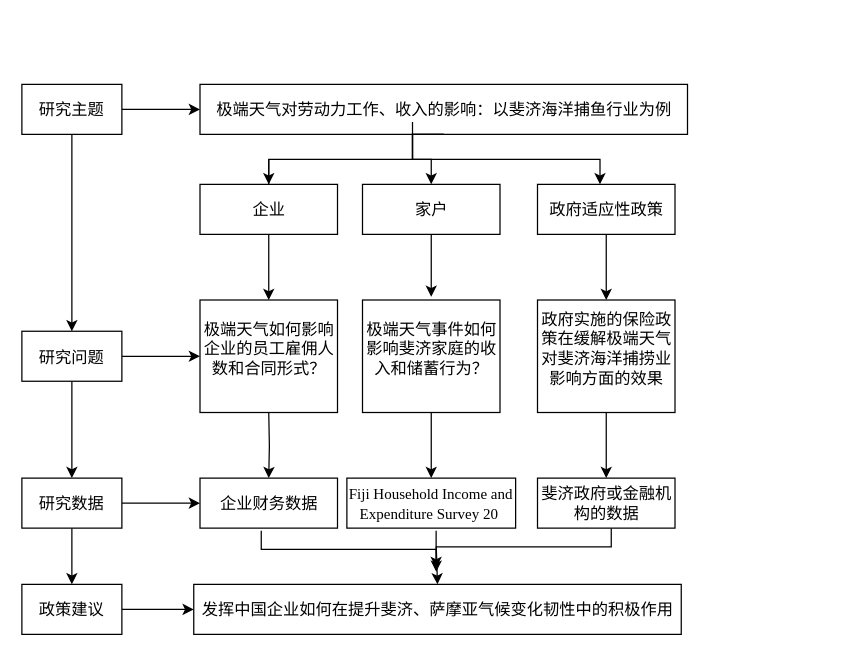
BWaaaa/AdvancedDID keeps this draw.io diagram as new.drawio. Above is the earlier version. Source tidied: cells renumbered, new cells numbered last; positions are measured from the earlier drawing's top-left corner, leaving out a move shared by most shapes. Both pictures are drawn from the tidied source at 125%, with x=0, y=0 at pixel (21, 84).
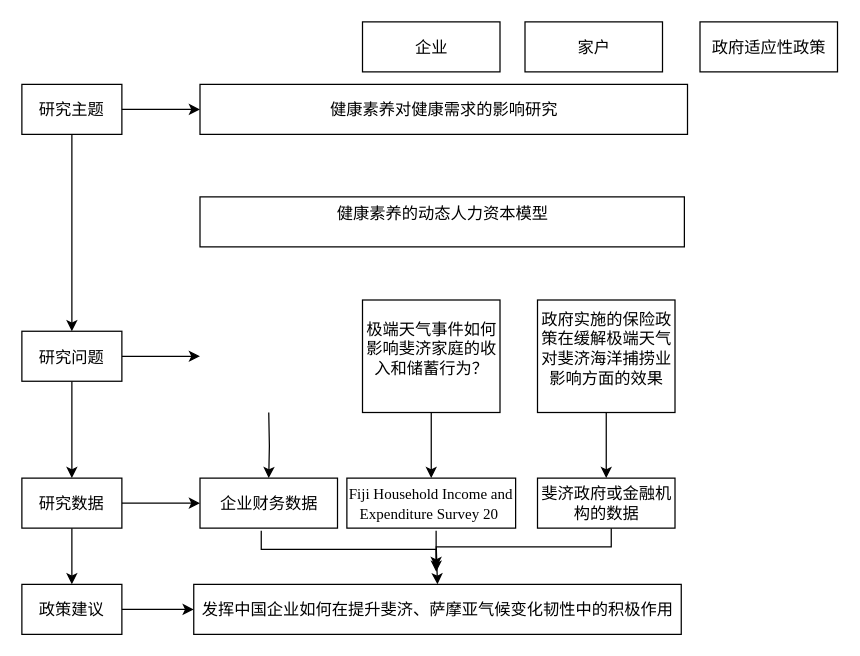
After the change.

The change refers to these unchanged cells:
```xml
<mxCell id="14" value="政府实施的保险政策在缓解极端天气对斐济海洋捕捞业影响方面的效果&lt;br style=&quot;font-size: 13px;&quot;&gt;&lt;p class=&quot;MsoListParagraph&quot; style=&quot;margin-top: 0cm; margin-right: 0cm; margin-left: 22pt; line-height: 150%; font-size: 13px;&quot;&gt;&lt;span lang=&quot;EN-US&quot; style=&quot;font-size: 13px;&quot;&gt;&lt;/span&gt;&lt;/p&gt;" style="rounded=0;whiteSpace=wrap;html=1;align=center;fontFamily=宋体;fontSize=13;" parent="1" vertex="1">
  <mxGeometry x="412.5" y="172.5" width="110" height="90" as="geometry" />
</mxCell>
```

The edit, as a diff of the source:
```diff
@@
-    <mxCell id="2" value="&lt;div&gt;极端天气对劳动力工作、收入的影响：以斐济海洋捕鱼行业为例&lt;/div&gt;" style="rounded=0;whiteSpace=wrap;html=1;fontFamily=宋体;fontSize=13;" parent="1" vertex="1">
+    <mxCell id="2" value="&lt;div&gt;健康素养对健康需求的影响研究&lt;/div&gt;" style="rounded=0;whiteSpace=wrap;html=1;fontFamily=宋体;fontSize=13;" parent="1" vertex="1">
       <mxGeometry x="142.5" width="390" height="40" as="geometry" />
     </mxCell>
-    <mxCell id="3" style="edgeStyle=orthogonalEdgeStyle;rounded=0;jettySize=auto;html=1;" parent="1" edge="1" source="4" target="14">
-      <mxGeometry relative="1" as="geometry" />
-    </mxCell>
     <mxCell id="4" value="政府适应性政策" style="rounded=0;whiteSpace=wrap;html=1;fontFamily=宋体;fontSize=13;" parent="1" vertex="1">
-      <mxGeometry x="412.5" y="80" width="110" height="40" as="geometry" />
+      <mxGeometry x="542.5" y="-50" width="110" height="40" as="geometry" />
     </mxCell>
-    <mxCell id="5" style="edgeStyle=orthogonalEdgeStyle;rounded=0;jettySize=auto;html=1;fontFamily=宋体;fontSize=13;" parent="1" edge="1" source="7">
-      <mxGeometry relative="1" as="geometry">
-        <mxPoint x="197.5" y="90" as="targetPoint" />
-      </mxGeometry>
-    </mxCell>
-    <mxCell id="6" style="edgeStyle=orthogonalEdgeStyle;rounded=0;jettySize=auto;html=1;" parent="1" edge="1" source="7">
-      <mxGeometry relative="1" as="geometry">
-        <mxPoint x="197.5" y="172.5" as="targetPoint" />
-      </mxGeometry>
-    </mxCell>
     <mxCell id="7" value="企业" style="rounded=0;whiteSpace=wrap;html=1;fontFamily=宋体;fontSize=13;" parent="1" vertex="1">
-      <mxGeometry x="142.5" y="80" width="110" height="40" as="geometry" />
+      <mxGeometry x="272.5" y="-50" width="110" height="40" as="geometry" />
     </mxCell>
@@
-    <mxCell id="17" style="edgeStyle=orthogonalEdgeStyle;rounded=0;jettySize=auto;html=1;" parent="1" edge="1" source="18">
-      <mxGeometry relative="1" as="geometry">
-        <mxPoint x="327.5" y="170" as="targetPoint" />
-      </mxGeometry>
-    </mxCell>
     <mxCell id="18" value="家户" style="rounded=0;whiteSpace=wrap;html=1;fontFamily=宋体;fontSize=13;" parent="1" vertex="1">
-      <mxGeometry x="272.5" y="80" width="110" height="40" as="geometry" />
+      <mxGeometry x="402.5" y="-50" width="110" height="40" as="geometry" />
     </mxCell>
@@
-    <mxCell id="30" style="endArrow=classic;html=1;rounded=0;exitX=0.5;exitY=1;exitDx=0;exitDy=0;entryX=0.5;entryY=0;entryDx=0;entryDy=0;edgeStyle=orthogonalEdgeStyle;fontFamily=宋体;fontSize=13;" parent="1" edge="1" source="2" target="7">
-      <mxGeometry relative="1" as="geometry">
-        <Array as="points">
-          <mxPoint x="312.5" y="40" />
-          <mxPoint x="312.5" y="60" />
-          <mxPoint x="197.5" y="60" />
-        </Array>
-      </mxGeometry>
-    </mxCell>
-    <mxCell id="31" style="endArrow=classic;html=1;rounded=0;exitX=0.5;exitY=1;exitDx=0;exitDy=0;entryX=0.5;entryY=0;entryDx=0;entryDy=0;edgeStyle=orthogonalEdgeStyle;fontFamily=宋体;fontSize=13;" parent="1" edge="1" source="2" target="18">
-      <mxGeometry relative="1" as="geometry">
-        <Array as="points">
-          <mxPoint x="312.5" y="40" />
-          <mxPoint x="312.5" y="60" />
-          <mxPoint x="327.5" y="60" />
-        </Array>
-      </mxGeometry>
-    </mxCell>
@@
-    <mxCell id="36" style="endArrow=classic;html=1;rounded=0;edgeStyle=orthogonalEdgeStyle;fontFamily=宋体;fontSize=13;" parent="1" edge="1">
-      <mxGeometry relative="1" as="geometry">
-        <mxPoint x="312.5" y="30" as="sourcePoint" />
-        <mxPoint x="462.5" y="80" as="targetPoint" />
-        <Array as="points">
-          <mxPoint x="312.5" y="60" />
-          <mxPoint x="462.5" y="60" />
-        </Array>
-      </mxGeometry>
-    </mxCell>
-    <mxCell id="37" value="极端天气如何影响企业的员工雇佣人数和合同形式？&lt;br&gt;&lt;p style=&quot;margin-top: 0cm; margin-right: 0cm; margin-left: 22pt; text-align: justify; line-height: 150%; font-size: 13px;&quot; class=&quot;MsoListParagraph&quot;&gt;&lt;span style=&quot;font-size: 13px;&quot; lang=&quot;EN-US&quot;&gt;&lt;/span&gt;&lt;/p&gt;" style="rounded=0;whiteSpace=wrap;html=1;fontFamily=宋体;fontSize=13;" parent="1" vertex="1">
-      <mxGeometry x="142.5" y="172.5" width="110" height="90" as="geometry" />
+    <mxCell id="37" value="健康素养的动态人力资本模型&lt;p style=&quot;margin-top: 0cm; margin-right: 0cm; margin-left: 22pt; text-align: justify; line-height: 150%; font-size: 13px;&quot; class=&quot;MsoListParagraph&quot;&gt;&lt;span style=&quot;font-size: 13px;&quot; lang=&quot;EN-US&quot;&gt;&lt;/span&gt;&lt;/p&gt;" style="rounded=0;whiteSpace=wrap;html=1;fontFamily=宋体;fontSize=13;" parent="1" vertex="1">
+      <mxGeometry x="142.5" y="90" width="387.5" height="40" as="geometry" />
     </mxCell>
```
